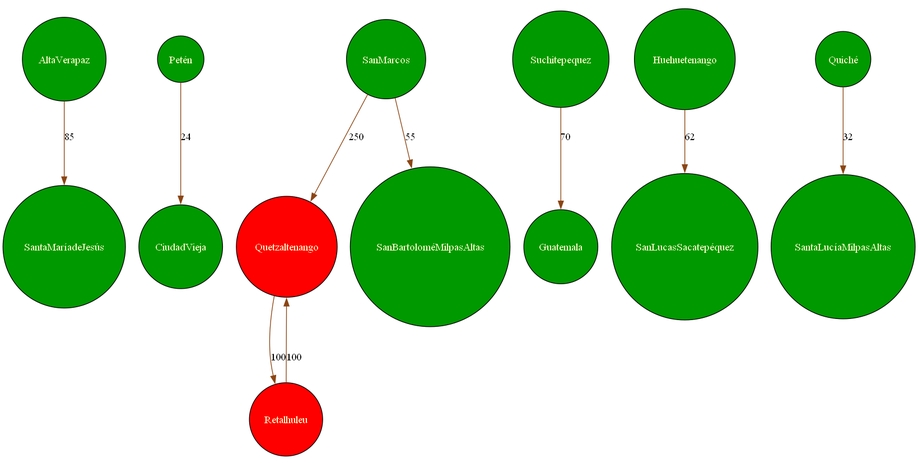
The Graphviz diagram TravelMap/grafo.png in Marco131-xel/TravelMap_GT, before a commit. Its source is kept beside it as TravelMap/grafo.dot.
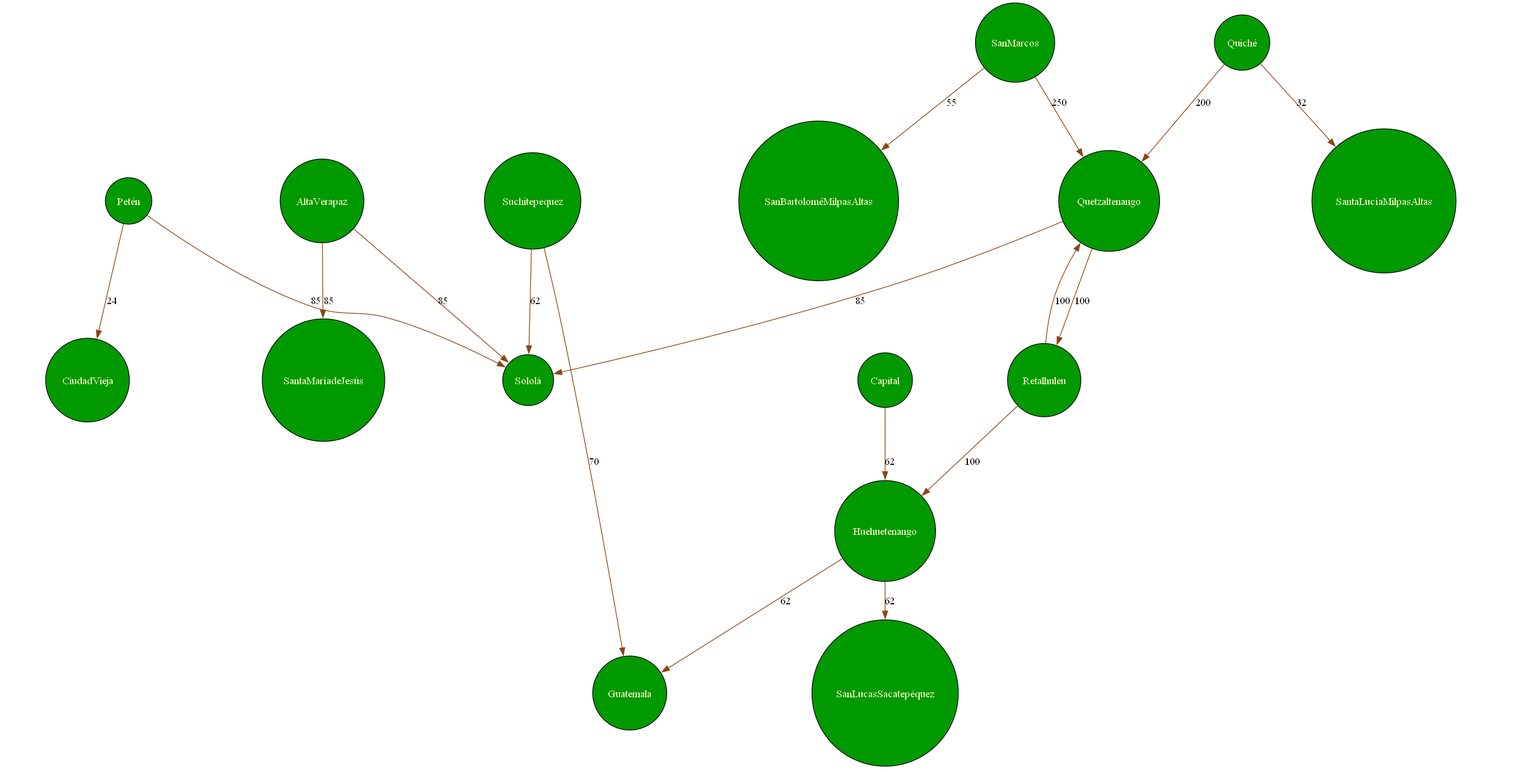
The same file after the commit.

The edit, as a diff of the source:
```diff
@@ -5,11 +5,18 @@
   "AltaVerapaz" -> "SantaMaríadeJesús" [label="85"];
   "Petén" -> "CiudadVieja" [label="24"];
   "Quetzaltenango" -> "Retalhuleu" [label="100"];
-"Quetzaltenango" [fillcolor="red"];"Retalhuleu" [fillcolor="red"];
   "Retalhuleu" -> "Quetzaltenango" [label="100"];
   "SanMarcos" -> "Quetzaltenango" [label="250"];
   "Suchitepequez" -> "Guatemala" [label="70"];
   "SanMarcos" -> "SanBartoloméMilpasAltas" [label="55"];
   "Huehuetenango" -> "SanLucasSacatepéquez" [label="62"];
   "Quiché" -> "SantaLucíaMilpasAltas" [label="32"];
+  "Quiché" -> "Quetzaltenango" [label="200"];
+  "Huehuetenango" -> "Guatemala" [label="62"];
+  "Capital" -> "Huehuetenango" [label="62"];
+  "Quetzaltenango" -> "Sololá" [label="85"];
+  "Suchitepequez" -> "Sololá" [label="62"];
+  "Retalhuleu" -> "Huehuetenango" [label="100"];
+  "Petén" -> "Sololá" [label="85"];
+  "AltaVerapaz" -> "Sololá" [label="85"];
 }
```
